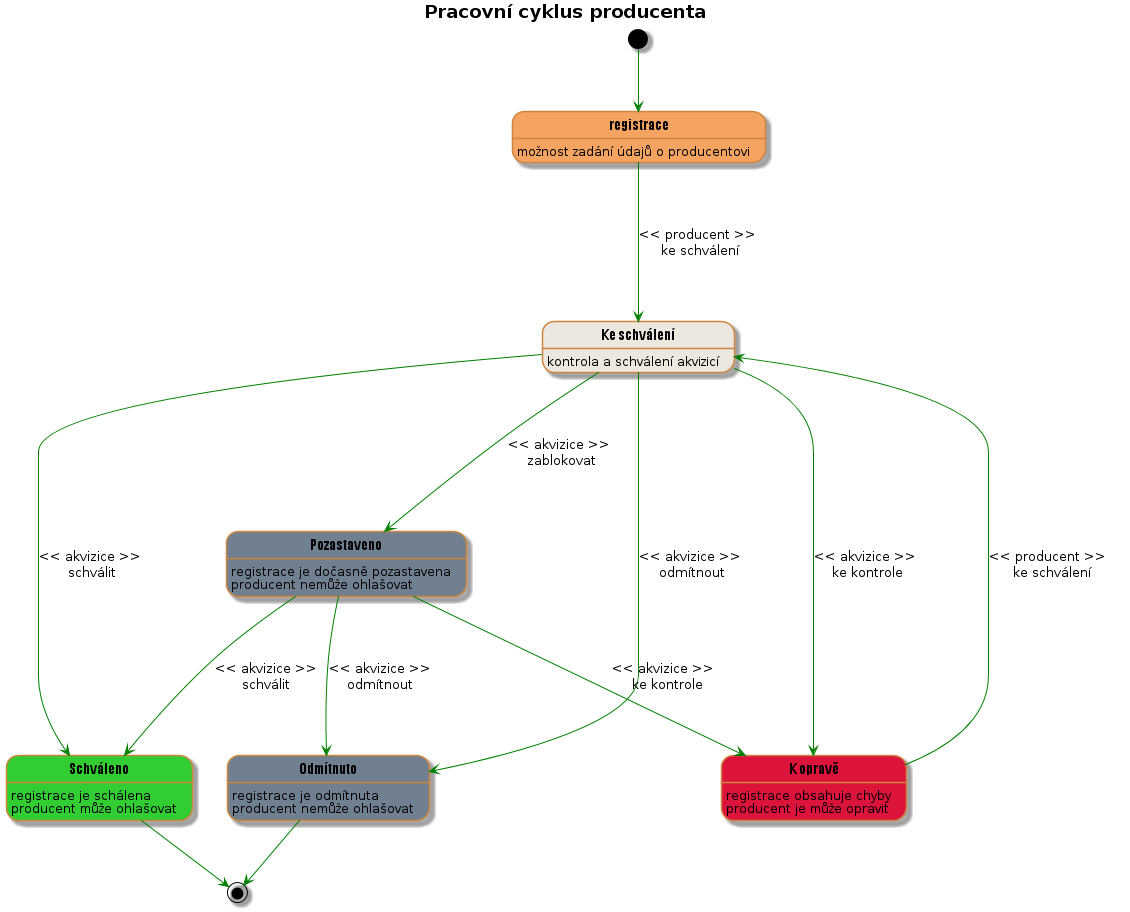
edeposit/edeposit.policy keeps this PlantUML diagram as docs/wf01.png. Above is the earlier version.
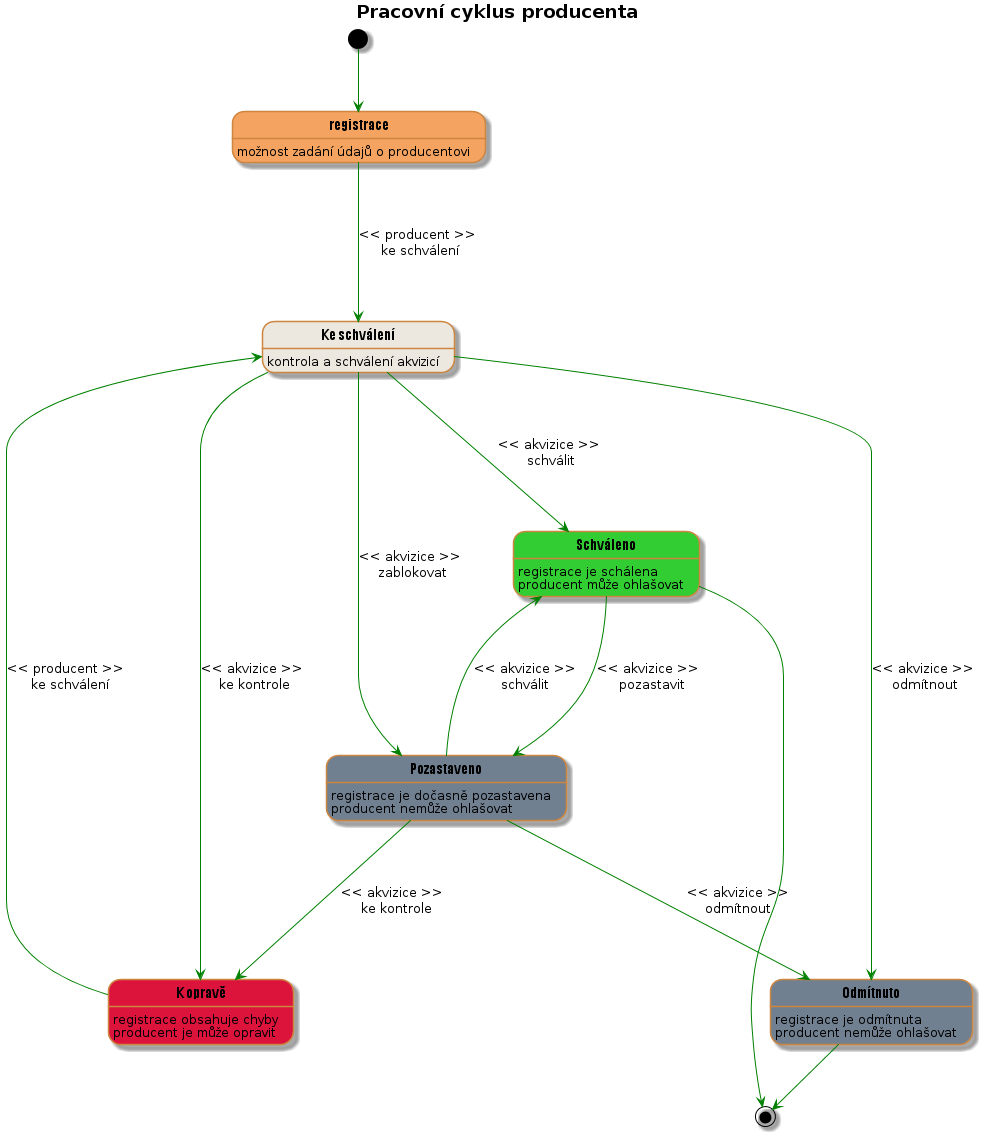
The same file after the commit.

Commit message:
added one way.

What changed in the source:
```diff
@@ -47,6 +47,7 @@
 blocked ---> approved : << akvizice >>\nschválit
 blocked ---> waitingForCorrection : << akvizice >> \n ke kontrole
 
+approved --> blocked : << akvizice >> \n pozastavit
 rejected -->[*]
 approved -->[*]
 
```
